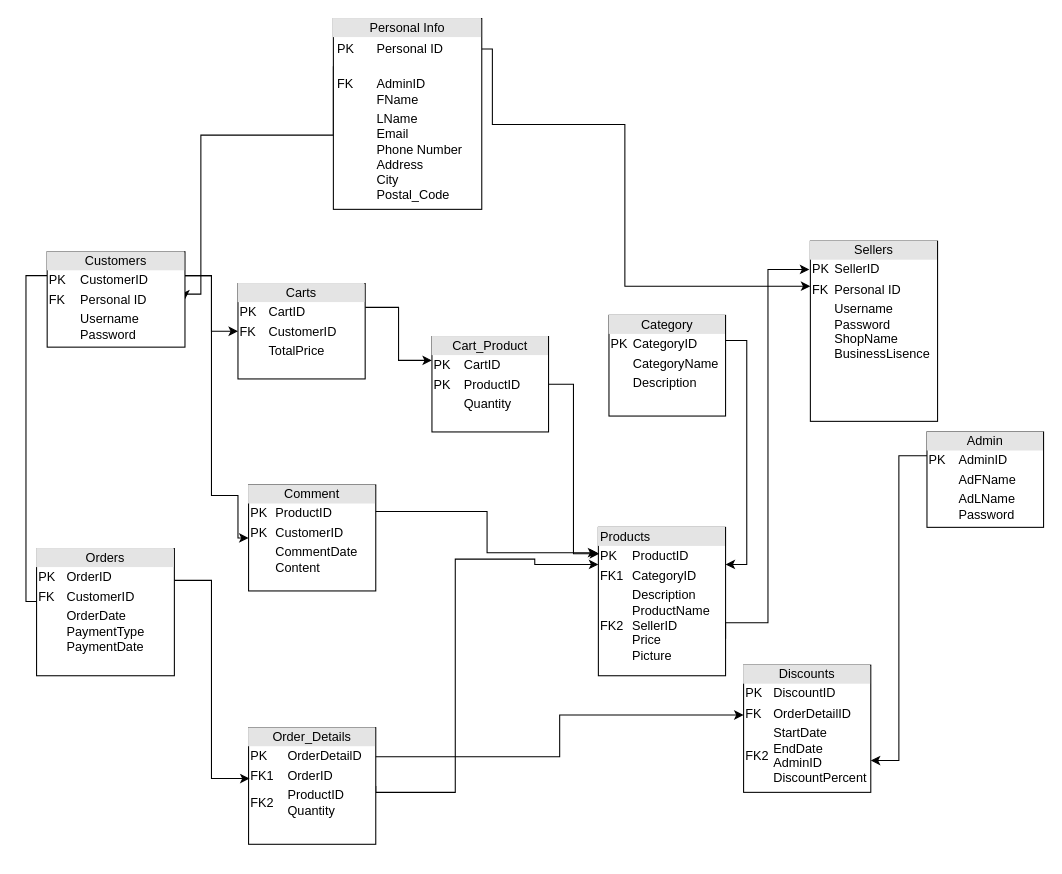
Earlier version of the draw.io diagram Relational Model.drawio (PhucAnh0502/Database). Source tidied: cells renumbered, new cells numbered last; positions are measured from the earlier drawing's top-left corner, leaving out a move shared by most shapes. Both pictures are drawn from the tidied source at 106%, with x=0, y=0 at pixel (25, 18).
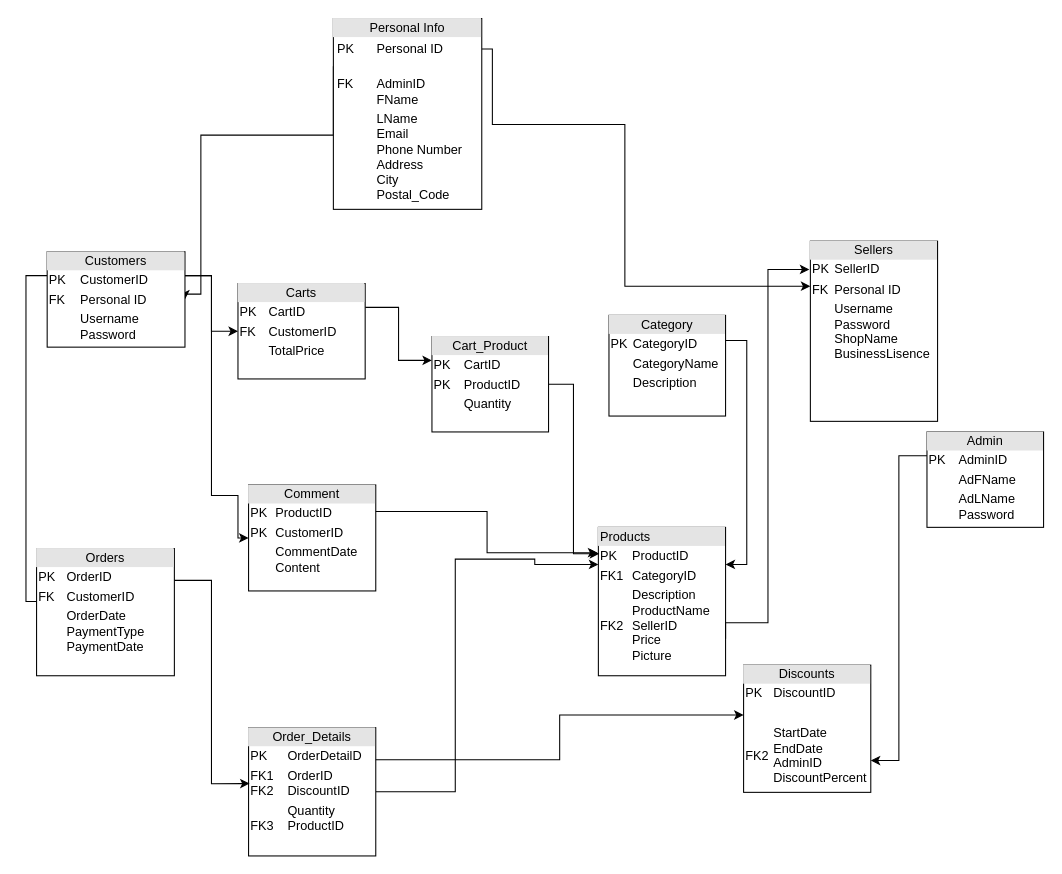
The same diagram, later.

Commit message:
update table prod_detail and discount

The edit, as a diff of the source:
```diff
@@
-    <mxCell id="14" value="&lt;div style=&quot;text-align: center; box-sizing: border-box; width: 100%; background: rgb(228, 228, 228); padding: 2px;&quot;&gt;Order_Details&lt;/div&gt;&lt;table style=&quot;width:100%;font-size:1em;&quot; cellpadding=&quot;2&quot; cellspacing=&quot;0&quot;&gt;&lt;tbody&gt;&lt;tr&gt;&lt;td&gt;PK&lt;/td&gt;&lt;td&gt;OrderDetailD&lt;/td&gt;&lt;/tr&gt;&lt;tr&gt;&lt;td&gt;FK1&lt;span style=&quot;white-space: pre;&quot;&gt;&#9;&lt;/span&gt;&lt;/td&gt;&lt;td&gt;OrderID&lt;/td&gt;&lt;/tr&gt;&lt;tr&gt;&lt;td&gt;FK2&lt;/td&gt;&lt;td&gt;ProductID&lt;br&gt;Quantity&lt;/td&gt;&lt;/tr&gt;&lt;/tbody&gt;&lt;/table&gt;" style="verticalAlign=top;align=left;overflow=fill;html=1;whiteSpace=wrap;" parent="1" vertex="1">
-      <mxGeometry x="210" y="669" width="120" height="110" as="geometry" />
+    <mxCell id="14" value="&lt;div style=&quot;text-align: center; box-sizing: border-box; width: 100%; background: rgb(228, 228, 228); padding: 2px;&quot;&gt;Order_Details&lt;/div&gt;&lt;table style=&quot;width:100%;font-size:1em;&quot; cellpadding=&quot;2&quot; cellspacing=&quot;0&quot;&gt;&lt;tbody&gt;&lt;tr&gt;&lt;td&gt;PK&lt;/td&gt;&lt;td&gt;OrderDetailD&lt;/td&gt;&lt;/tr&gt;&lt;tr&gt;&lt;td&gt;FK1&lt;br&gt;FK2&lt;span style=&quot;white-space: pre;&quot;&gt;&#9;&lt;/span&gt;&lt;/td&gt;&lt;td&gt;OrderID&lt;br&gt;DiscountID&lt;/td&gt;&lt;/tr&gt;&lt;tr&gt;&lt;td&gt;FK3&lt;/td&gt;&lt;td&gt;Quantity&lt;br&gt;ProductID&lt;br&gt;&lt;br&gt;&lt;/td&gt;&lt;/tr&gt;&lt;/tbody&gt;&lt;/table&gt;" style="verticalAlign=top;align=left;overflow=fill;html=1;whiteSpace=wrap;" parent="1" vertex="1">
+      <mxGeometry x="210" y="669" width="120" height="121" as="geometry" />
     </mxCell>
@@
-    <mxCell id="21" value="&lt;div style=&quot;text-align: center; box-sizing: border-box; width: 100%; background: rgb(228, 228, 228); padding: 2px;&quot;&gt;Discounts&lt;/div&gt;&lt;table style=&quot;width: 100%; font-size: 1em;&quot; cellpadding=&quot;2&quot; cellspacing=&quot;0&quot;&gt;&lt;tbody&gt;&lt;tr&gt;&lt;td&gt;PK&lt;/td&gt;&lt;td&gt;DiscountID&lt;/td&gt;&lt;/tr&gt;&lt;tr&gt;&lt;td&gt;FK&lt;/td&gt;&lt;td&gt;OrderDetailID&lt;br&gt;&lt;/td&gt;&lt;/tr&gt;&lt;tr&gt;&lt;td&gt;FK2&lt;/td&gt;&lt;td&gt;StartDate&lt;br&gt;EndDate&lt;br&gt;AdminID&lt;br&gt;DiscountPercent&lt;/td&gt;&lt;/tr&gt;&lt;/tbody&gt;&lt;/table&gt;" style="verticalAlign=top;align=left;overflow=fill;html=1;whiteSpace=wrap;" parent="1" vertex="1">
+    <mxCell id="21" value="&lt;div style=&quot;text-align: center; box-sizing: border-box; width: 100%; background: rgb(228, 228, 228); padding: 2px;&quot;&gt;Discounts&lt;/div&gt;&lt;table style=&quot;width: 100%; font-size: 1em;&quot; cellpadding=&quot;2&quot; cellspacing=&quot;0&quot;&gt;&lt;tbody&gt;&lt;tr&gt;&lt;td&gt;PK&lt;/td&gt;&lt;td&gt;DiscountID&lt;/td&gt;&lt;/tr&gt;&lt;tr&gt;&lt;td&gt;&lt;/td&gt;&lt;td&gt;&lt;br&gt;&lt;/td&gt;&lt;/tr&gt;&lt;tr&gt;&lt;td&gt;FK2&lt;/td&gt;&lt;td&gt;StartDate&lt;br&gt;EndDate&lt;br&gt;AdminID&lt;br&gt;DiscountPercent&lt;/td&gt;&lt;/tr&gt;&lt;/tbody&gt;&lt;/table&gt;" style="verticalAlign=top;align=left;overflow=fill;html=1;whiteSpace=wrap;" parent="1" vertex="1">
       <mxGeometry x="677" y="610" width="120" height="120" as="geometry" />
     </mxCell>
```
